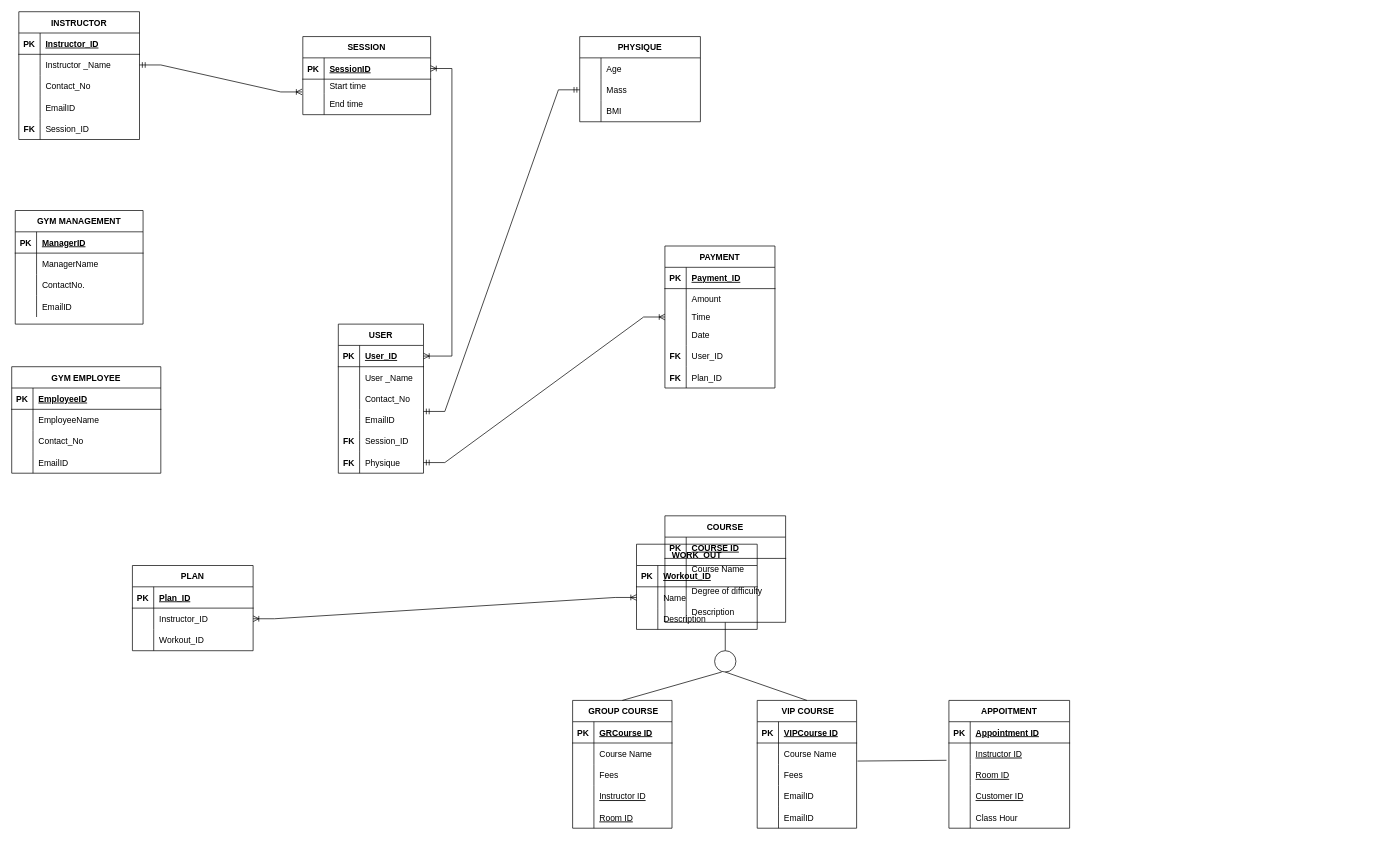
This is Gym_Management_ERD.drawio from Tharunip/DAMG6210_PROJECT11, a draw.io file, before an edit. Source tidied: cells renumbered, new cells numbered last; positions are measured from the earlier drawing's top-left corner, leaving out a move shared by most shapes. Both pictures are drawn from the tidied source at 71%, with x=0, y=0 at pixel (11, 11).
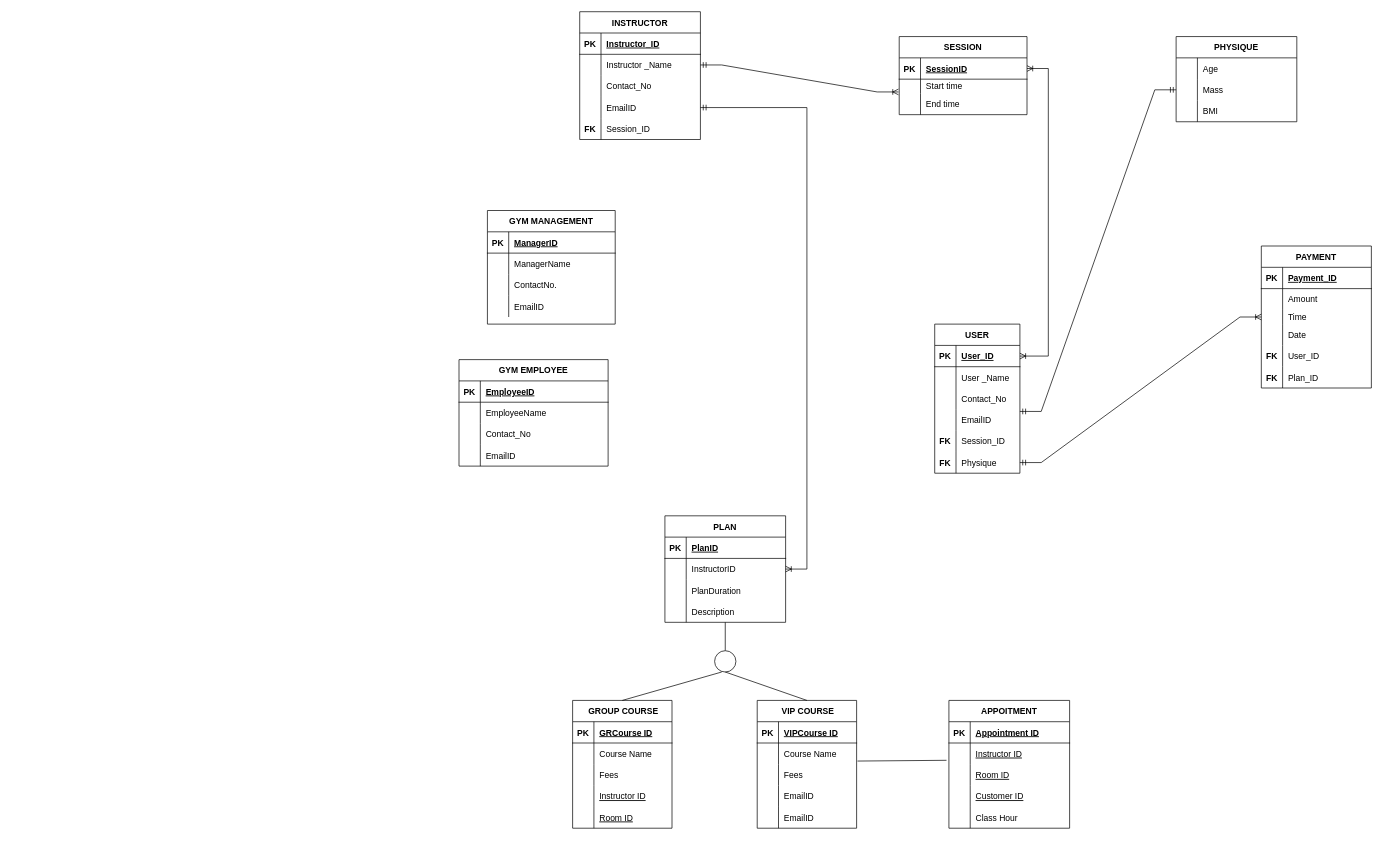
After the change.

Unchanged cells that the change refers to:
```xml
<mxCell id="25" style="shape=tableRow;horizontal=0;startSize=0;swimlaneHead=0;swimlaneBody=0;fillColor=none;points=[[0,0.5],[1,0.5]];portConstraint=eastwest;top=0;left=0;right=0;bottom=0;" parent="15" vertex="1">
  <mxGeometry y="120" width="170" height="30" as="geometry" />
</mxCell>
<mxCell id="45" style="shape=tableRow;horizontal=0;startSize=0;swimlaneHead=0;swimlaneBody=0;fillColor=none;points=[[0,0.5],[1,0.5]];portConstraint=eastwest;top=0;left=0;right=0;bottom=0;" parent="41" vertex="1">
  <mxGeometry y="60" width="170" height="30" as="geometry" />
</mxCell>
<mxCell id="110" style="shape=tableRow;horizontal=0;startSize=0;swimlaneHead=0;swimlaneBody=0;fillColor=none;top=0;left=0;right=0;bottom=1;" parent="109" vertex="1">
  <mxGeometry y="30" width="170" height="30" as="geometry" />
</mxCell>
<mxCell id="113" style="shape=tableRow;horizontal=0;startSize=0;swimlaneHead=0;swimlaneBody=0;fillColor=none;points=[[0,0.5],[1,0.5]];portConstraint=eastwest;top=0;left=0;right=0;bottom=0;" parent="109" vertex="1">
  <mxGeometry y="60" width="170" height="30" as="geometry" />
</mxCell>
<mxCell id="116" style="shape=tableRow;horizontal=0;startSize=0;swimlaneHead=0;swimlaneBody=0;fillColor=none;top=0;left=0;right=0;bottom=0;" parent="109" vertex="1">
  <mxGeometry y="90" width="170" height="30" as="geometry" />
</mxCell>
```

Change to the diagram source:
```diff
@@
     <mxCell id="2" value="GYM EMPLOYEE" style="shape=table;startSize=30;childLayout=tableLayout;rowLines=0;fontStyle=1;align=center;" parent="1" vertex="1">
-      <mxGeometry y="500" width="210" height="150" as="geometry" />
+      <mxGeometry x="630" y="490" width="210" height="150" as="geometry" />
     </mxCell>
@@
     <mxCell id="15" value="INSTRUCTOR" style="shape=table;startSize=30;childLayout=tableLayout;rowLines=0;fontStyle=1;align=center;" parent="1" vertex="1">
-      <mxGeometry x="10" width="170" height="180" as="geometry" />
+      <mxGeometry x="800" width="170" height="180" as="geometry" />
     </mxCell>
@@
     <mxCell id="31" value="SESSION" style="shape=table;startSize=30;childLayout=tableLayout;rowLines=0;fontStyle=1;align=center;" parent="1" vertex="1">
-      <mxGeometry x="410" y="35" width="180" height="110" as="geometry" />
+      <mxGeometry x="1250" y="35" width="180" height="110" as="geometry" />
     </mxCell>
@@
     <mxCell id="41" value="PHYSIQUE" style="shape=table;startSize=30;childLayout=tableLayout;rowLines=0;fontStyle=1;align=center;" parent="1" vertex="1">
-      <mxGeometry x="800" y="35" width="170" height="120" as="geometry" />
+      <mxGeometry x="1640" y="35" width="170" height="120" as="geometry" />
     </mxCell>
@@
     <mxCell id="51" value="USER" style="shape=table;startSize=30;childLayout=tableLayout;rowLines=0;fontStyle=1;align=center;" parent="1" vertex="1">
-      <mxGeometry x="460" y="440" width="120" height="210" as="geometry" />
+      <mxGeometry x="1300" y="440" width="120" height="210" as="geometry" />
     </mxCell>
@@
     <mxCell id="70" value="PAYMENT" style="shape=table;startSize=30;childLayout=tableLayout;rowLines=0;fontStyle=1;align=center;" parent="1" vertex="1">
-      <mxGeometry x="920" y="330" width="155" height="200" as="geometry" />
+      <mxGeometry x="1760" y="330" width="155" height="200" as="geometry" />
     </mxCell>
@@
-    <mxCell id="89" value="PLAN" style="shape=table;startSize=30;childLayout=tableLayout;rowLines=0;fontStyle=1;align=center;" parent="1" vertex="1">
-      <mxGeometry x="170" y="780" width="170" height="120" as="geometry" />
-    </mxCell>
-    <mxCell id="90" style="shape=tableRow;horizontal=0;startSize=0;swimlaneHead=0;swimlaneBody=0;fillColor=none;top=0;left=0;right=0;bottom=1;" parent="89" vertex="1">
-      <mxGeometry y="30" width="170" height="30" as="geometry" />
-    </mxCell>
-    <mxCell id="91" value="PK" style="shape=partialRectangle;fillColor=none;top=0;left=0;bottom=0;right=0;fontStyle=1;overflow=hidden;" parent="90" vertex="1">
-      <mxGeometry width="30" height="30" as="geometry" />
-    </mxCell>
-    <mxCell id="92" value="Plan_ID" style="shape=partialRectangle;fillColor=none;top=0;left=0;bottom=0;right=0;align=left;spacingLeft=6;fontStyle=5;overflow=hidden;" parent="90" vertex="1">
-      <mxGeometry x="30" width="140" height="30" as="geometry" />
-    </mxCell>
-    <mxCell id="93" style="shape=tableRow;horizontal=0;startSize=0;swimlaneHead=0;swimlaneBody=0;fillColor=none;points=[[0,0.5],[1,0.5]];portConstraint=eastwest;top=0;left=0;right=0;bottom=0;" parent="89" vertex="1">
-      <mxGeometry y="60" width="170" height="30" as="geometry" />
-    </mxCell>
-    <mxCell id="94" style="shape=partialRectangle;fillColor=none;top=0;left=0;bottom=0;right=0;overflow=hidden;" parent="93" vertex="1">
-      <mxGeometry width="30" height="30" as="geometry" />
-    </mxCell>
-    <mxCell id="95" value="Instructor_ID" style="shape=partialRectangle;fillColor=none;top=0;left=0;bottom=0;right=0;align=left;spacingLeft=6;overflow=hidden;" parent="93" vertex="1">
-      <mxGeometry x="30" width="140" height="30" as="geometry" />
-    </mxCell>
-    <mxCell id="96" style="shape=tableRow;horizontal=0;startSize=0;swimlaneHead=0;swimlaneBody=0;fillColor=none;top=0;left=0;right=0;bottom=0;" parent="89" vertex="1">
-      <mxGeometry y="90" width="170" height="30" as="geometry" />
-    </mxCell>
-    <mxCell id="97" style="shape=partialRectangle;fillColor=none;top=0;left=0;bottom=0;right=0;overflow=hidden;" parent="96" vertex="1">
-      <mxGeometry width="30" height="30" as="geometry" />
-    </mxCell>
-    <mxCell id="98" value="Workout_ID" style="shape=partialRectangle;fillColor=none;top=0;left=0;bottom=0;right=0;align=left;spacingLeft=6;overflow=hidden;" parent="96" vertex="1">
-      <mxGeometry x="30" width="140" height="30" as="geometry" />
-    </mxCell>
-    <mxCell id="99" value="WORK_OUT" style="shape=table;startSize=30;childLayout=tableLayout;rowLines=0;fontStyle=1;align=center;" parent="1" vertex="1">
-      <mxGeometry x="880" y="750" width="170" height="120" as="geometry" />
-    </mxCell>
-    <mxCell id="100" style="shape=tableRow;horizontal=0;startSize=0;swimlaneHead=0;swimlaneBody=0;fillColor=none;top=0;left=0;right=0;bottom=1;" parent="99" vertex="1">
-      <mxGeometry y="30" width="170" height="30" as="geometry" />
-    </mxCell>
-    <mxCell id="101" value="PK" style="shape=partialRectangle;fillColor=none;top=0;left=0;bottom=0;right=0;fontStyle=1;overflow=hidden;" parent="100" vertex="1">
-      <mxGeometry width="30" height="30" as="geometry" />
-    </mxCell>
-    <mxCell id="102" value="Workout_ID" style="shape=partialRectangle;fillColor=none;top=0;left=0;bottom=0;right=0;align=left;spacingLeft=6;fontStyle=5;overflow=hidden;" parent="100" vertex="1">
-      <mxGeometry x="30" width="140" height="30" as="geometry" />
-    </mxCell>
-    <mxCell id="103" style="shape=tableRow;horizontal=0;startSize=0;swimlaneHead=0;swimlaneBody=0;fillColor=none;points=[[0,0.5],[1,0.5]];portConstraint=eastwest;top=0;left=0;right=0;bottom=0;" parent="99" vertex="1">
-      <mxGeometry y="60" width="170" height="30" as="geometry" />
-    </mxCell>
-    <mxCell id="104" style="shape=partialRectangle;fillColor=none;top=0;left=0;bottom=0;right=0;overflow=hidden;" parent="103" vertex="1">
-      <mxGeometry width="30" height="30" as="geometry" />
-    </mxCell>
-    <mxCell id="105" value="Name" style="shape=partialRectangle;fillColor=none;top=0;left=0;bottom=0;right=0;align=left;spacingLeft=6;overflow=hidden;" parent="103" vertex="1">
-      <mxGeometry x="30" width="140" height="30" as="geometry" />
-    </mxCell>
-    <mxCell id="106" style="shape=tableRow;horizontal=0;startSize=0;swimlaneHead=0;swimlaneBody=0;fillColor=none;top=0;left=0;right=0;bottom=0;" parent="99" vertex="1">
-      <mxGeometry y="90" width="170" height="30" as="geometry" />
-    </mxCell>
-    <mxCell id="107" style="shape=partialRectangle;fillColor=none;top=0;left=0;bottom=0;right=0;overflow=hidden;" parent="106" vertex="1">
-      <mxGeometry width="30" height="30" as="geometry" />
-    </mxCell>
-    <mxCell id="108" value="Description" style="shape=partialRectangle;fillColor=none;top=0;left=0;bottom=0;right=0;align=left;spacingLeft=6;overflow=hidden;" parent="106" vertex="1">
-      <mxGeometry x="30" width="140" height="30" as="geometry" />
-    </mxCell>
-    <mxCell id="109" value="COURSE" style="shape=table;startSize=30;childLayout=tableLayout;rowLines=0;fontStyle=1;align=center;" parent="1" vertex="1">
+    <mxCell id="109" value="PLAN" style="shape=table;startSize=30;childLayout=tableLayout;rowLines=0;fontStyle=1;align=center;" parent="1" vertex="1">
       <mxGeometry x="920" y="710" width="170" height="150" as="geometry" />
     </mxCell>
@@
-    <mxCell id="112" value="COURSE ID" style="shape=partialRectangle;fillColor=none;top=0;left=0;bottom=0;right=0;align=left;spacingLeft=6;fontStyle=5;overflow=hidden;" parent="110" vertex="1">
+    <mxCell id="112" value="PlanID" style="shape=partialRectangle;fillColor=none;top=0;left=0;bottom=0;right=0;align=left;spacingLeft=6;fontStyle=5;overflow=hidden;" parent="110" vertex="1">
       <mxGeometry x="30" width="140" height="30" as="geometry" />
     </mxCell>
@@
-    <mxCell id="115" value="Course Name" style="shape=partialRectangle;fillColor=none;top=0;left=0;bottom=0;right=0;align=left;spacingLeft=6;overflow=hidden;" parent="113" vertex="1">
+    <mxCell id="115" value="InstructorID" style="shape=partialRectangle;fillColor=none;top=0;left=0;bottom=0;right=0;align=left;spacingLeft=6;overflow=hidden;" parent="113" vertex="1">
       <mxGeometry x="30" width="140" height="30" as="geometry" />
     </mxCell>
@@
-    <mxCell id="118" value="Degree of difficulty" style="shape=partialRectangle;fillColor=none;top=0;left=0;bottom=0;right=0;align=left;spacingLeft=6;overflow=hidden;" parent="116" vertex="1">
+    <mxCell id="118" value="PlanDuration" style="shape=partialRectangle;fillColor=none;top=0;left=0;bottom=0;right=0;align=left;spacingLeft=6;overflow=hidden;" parent="116" vertex="1">
       <mxGeometry x="30" width="140" height="30" as="geometry" />
     </mxCell>
@@
     <mxCell id="125" style="edgeStyle=entityRelationEdgeStyle;fontSize=12;html=1;endArrow=ERmandOne;startArrow=ERmandOne;rounded=0;entryX=0;entryY=0.5;entryDx=0;entryDy=0;" parent="1" edge="1" target="45">
       <mxGeometry relative="1" as="geometry">
-        <mxPoint x="580" y="563" as="sourcePoint" />
+        <mxPoint x="1420" y="563" as="sourcePoint" />
       </mxGeometry>
     </mxCell>
@@
     <mxCell id="144" value="GYM MANAGEMENT" style="shape=table;startSize=30;childLayout=tableLayout;rowLines=0;fontStyle=1;align=center;" parent="1" vertex="1">
-      <mxGeometry x="5" y="280" width="180" height="160" as="geometry" />
+      <mxGeometry x="670" y="280" width="180" height="160" as="geometry" />
     </mxCell>
@@
-    <mxCell id="190" style="edgeStyle=entityRelationEdgeStyle;fontSize=12;html=1;endArrow=ERoneToMany;startArrow=ERoneToMany;rounded=0;exitX=1;exitY=0.5;exitDx=0;exitDy=0;entryX=0;entryY=0.5;entryDx=0;entryDy=0;" parent="1" edge="1" source="93" target="103">
-      <mxGeometry relative="1" as="geometry" />
-    </mxCell>
+    <mxCell id="199" style="edgeStyle=entityRelationEdgeStyle;fontSize=12;html=1;endArrow=ERoneToMany;startArrow=ERmandOne;rounded=0;exitX=1;exitY=0.5;exitDx=0;exitDy=0;" parent="1" edge="1" source="25" target="113">
+      <mxGeometry relative="1" as="geometry" />
+    </mxCell>
```
